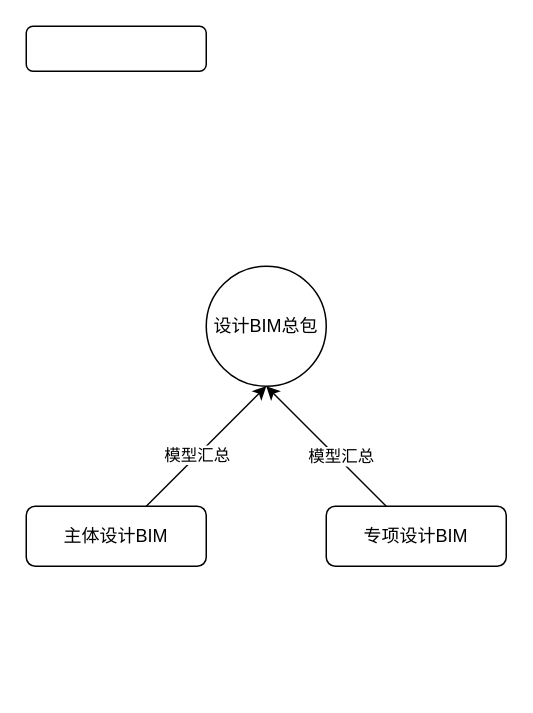
gaochaowyq/MinderGraph keeps this draw.io diagram as BIM总包.drawio. Above is the earlier version. Source tidied: cells renumbered, new cells numbered last; positions are measured from the earlier drawing's top-left corner, leaving out a move shared by most shapes. Both pictures are drawn from the tidied source at 150%, with x=0, y=0 at pixel (26, 26).
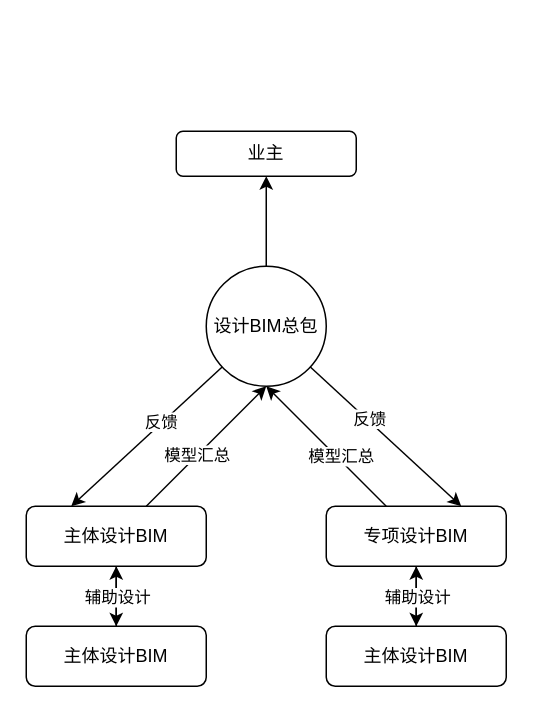
After the change.

The change refers to these unchanged cells:
```xml
<mxCell id="2" value="设计BIM总包" style="ellipse;whiteSpace=wrap;html=1;" parent="1" vertex="1">
  <mxGeometry x="120" y="160" width="80" height="80" as="geometry" />
</mxCell>
<mxCell id="5" value="主体设计BIM" style="rounded=1;whiteSpace=wrap;html=1;" parent="1" vertex="1">
  <mxGeometry y="320" width="120" height="40" as="geometry" />
</mxCell>
<mxCell id="8" value="专项设计BIM" style="rounded=1;whiteSpace=wrap;html=1;" parent="1" vertex="1">
  <mxGeometry x="200" y="320" width="120" height="40" as="geometry" />
</mxCell>
```

Change to the diagram source:
```diff
@@
+    <mxCell id="10" style="edgeStyle=none;rounded=0;jettySize=auto;html=1;entryX=0.5;entryY=1;entryDx=0;entryDy=0;" parent="1" edge="1" source="2" target="17">
+      <mxGeometry relative="1" as="geometry" />
+    </mxCell>
+    <mxCell id="11" style="edgeStyle=none;rounded=0;jettySize=auto;html=1;entryX=0.25;entryY=0;entryDx=0;entryDy=0;" parent="1" edge="1" source="2" target="5">
+      <mxGeometry relative="1" as="geometry" />
+    </mxCell>
+    <mxCell id="12" value="反馈" style="edgeLabel;html=1;align=center;verticalAlign=middle;" parent="11" vertex="1">
+      <mxGeometry x="-0.2" y="-1" relative="1" as="geometry" />
+    </mxCell>
+    <mxCell id="13" style="edgeStyle=none;rounded=0;jettySize=auto;html=1;entryX=0.75;entryY=0;entryDx=0;entryDy=0;" parent="1" edge="1" source="2" target="8">
+      <mxGeometry relative="1" as="geometry" />
+    </mxCell>
+    <mxCell id="14" value="反馈" style="edgeLabel;html=1;align=center;verticalAlign=middle;" parent="13" vertex="1">
+      <mxGeometry x="-0.24" y="1" relative="1" as="geometry" />
+    </mxCell>
@@
+    <mxCell id="15" style="edgeStyle=none;rounded=0;jettySize=auto;html=1;" parent="1" edge="1" source="5" target="20">
+      <mxGeometry relative="1" as="geometry" />
+    </mxCell>
@@
+    <mxCell id="16" style="edgeStyle=none;rounded=0;jettySize=auto;html=1;entryX=0.5;entryY=0;entryDx=0;entryDy=0;" parent="1" edge="1" source="8" target="23">
+      <mxGeometry relative="1" as="geometry" />
+    </mxCell>
@@
-    <mxCell id="9" style="rounded=1;whiteSpace=wrap;html=1;" parent="1" vertex="1">
-      <mxGeometry width="120" height="30" as="geometry" />
-    </mxCell>
+    <mxCell id="17" value="业主" style="rounded=1;whiteSpace=wrap;html=1;" parent="1" vertex="1">
+      <mxGeometry x="100" y="70" width="120" height="30" as="geometry" />
+    </mxCell>
+    <mxCell id="18" style="edgeStyle=none;rounded=0;jettySize=auto;html=1;" parent="1" edge="1" source="20" target="5">
+      <mxGeometry relative="1" as="geometry" />
+    </mxCell>
+    <mxCell id="19" value="辅助设计" style="edgeLabel;html=1;align=center;verticalAlign=middle;" parent="18" vertex="1">
+      <mxGeometry x="0.47" y="-1" relative="1" as="geometry">
+        <mxPoint x="-1" y="9" as="offset" />
+      </mxGeometry>
+    </mxCell>
+    <mxCell id="20" value="主体设计BIM" style="rounded=1;whiteSpace=wrap;html=1;" parent="1" vertex="1">
+      <mxGeometry y="400" width="120" height="40" as="geometry" />
+    </mxCell>
+    <mxCell id="21" style="edgeStyle=none;rounded=0;jettySize=auto;html=1;entryX=0.5;entryY=1;entryDx=0;entryDy=0;" parent="1" edge="1" source="23" target="8">
+      <mxGeometry relative="1" as="geometry" />
+    </mxCell>
+    <mxCell id="22" value="辅助设计" style="edgeLabel;html=1;align=center;verticalAlign=middle;" parent="21" vertex="1">
+      <mxGeometry x="0.38" relative="1" as="geometry">
+        <mxPoint y="8" as="offset" />
+      </mxGeometry>
+    </mxCell>
+    <mxCell id="23" value="主体设计BIM" style="rounded=1;whiteSpace=wrap;html=1;" parent="1" vertex="1">
+      <mxGeometry x="200" y="400" width="120" height="40" as="geometry" />
+    </mxCell>
```
